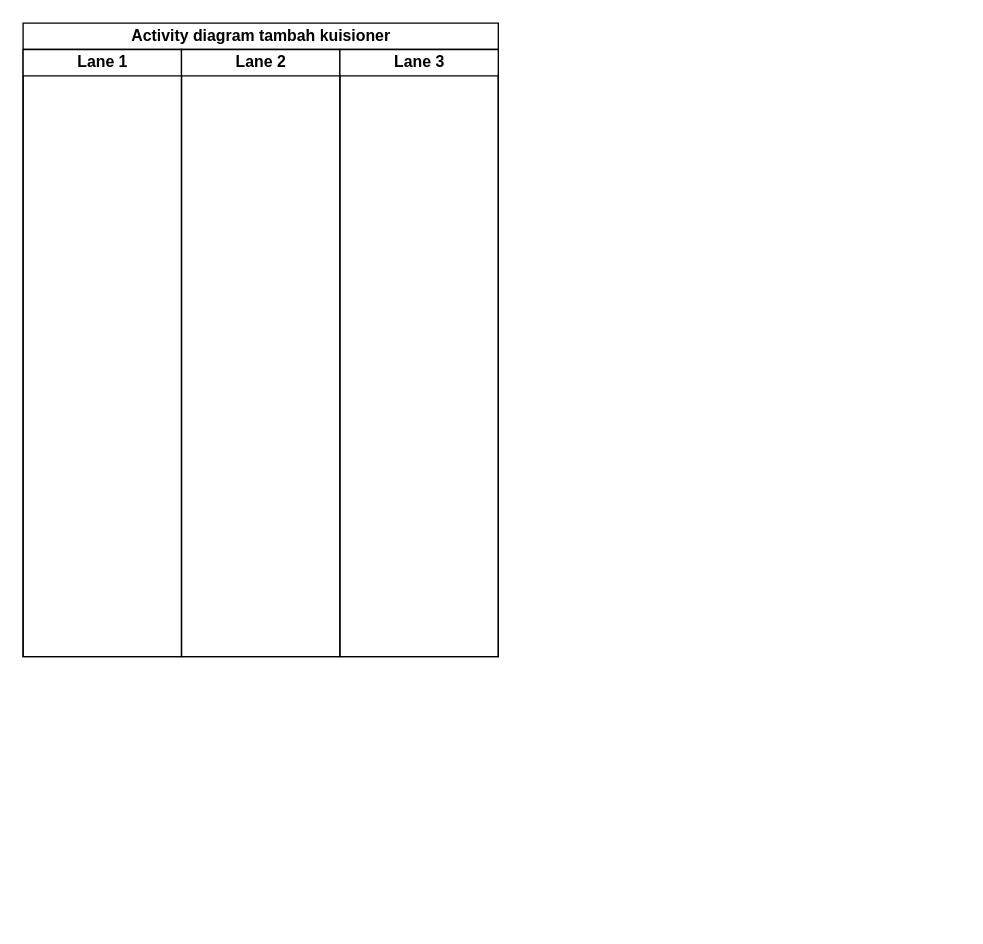
Before: Activity_diagram_tambahKuisioner.drawio in zzarr/Tugas-Akhir, a draw.io diagram. Source tidied: cells renumbered, new cells numbered last; positions are measured from the earlier drawing's top-left corner, leaving out a move shared by most shapes. Both pictures are drawn from the tidied source at 132%, with x=0, y=0 at pixel (22, 22).
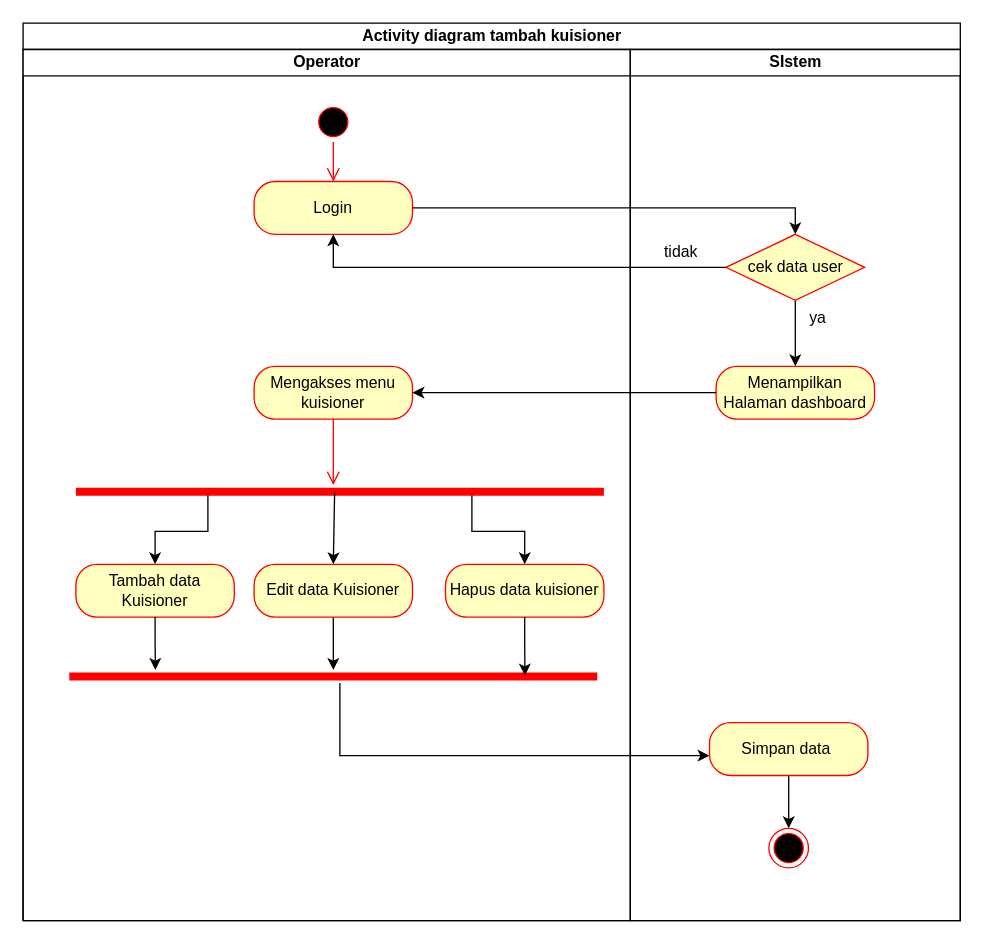
The same diagram, later.

Change to the diagram source:
```diff
@@
     <mxCell id="2" value="Activity diagram tambah kuisioner" style="swimlane;startSize=20;html=1;" parent="1" vertex="1">
-      <mxGeometry width="360" height="480" as="geometry" />
+      <mxGeometry width="710" height="680" as="geometry" />
     </mxCell>
-    <mxCell id="3" value="Lane 1" style="swimlane;startSize=20;html=1;" parent="2" vertex="1">
-      <mxGeometry y="20" width="120" height="460" as="geometry" />
+    <mxCell id="3" value="Operator" style="swimlane;startSize=20;html=1;" parent="2" vertex="1">
+      <mxGeometry y="20" width="460" height="660" as="geometry" />
     </mxCell>
+    <mxCell id="6" style="ellipse;html=1;shape=startState;fillColor=#000000;strokeColor=#ff0000;" parent="3" vertex="1">
+      <mxGeometry x="220" y="40" width="30" height="30" as="geometry" />
+    </mxCell>
+    <mxCell id="7" style="edgeStyle=orthogonalEdgeStyle;html=1;verticalAlign=bottom;endArrow=open;endSize=8;strokeColor=#ff0000;rounded=0;" parent="3" edge="1" source="6">
+      <mxGeometry relative="1" as="geometry">
+        <mxPoint x="235" y="100" as="targetPoint" />
+      </mxGeometry>
+    </mxCell>
+    <mxCell id="8" value="Login" style="rounded=1;whiteSpace=wrap;html=1;arcSize=40;fontColor=#000000;fillColor=#ffffc0;strokeColor=#ff0000;" parent="3" vertex="1">
+      <mxGeometry x="175" y="100" width="120" height="40" as="geometry" />
+    </mxCell>
+    <mxCell id="9" value="Mengakses menu kuisioner" style="rounded=1;whiteSpace=wrap;html=1;arcSize=40;fontColor=#000000;fillColor=#ffffc0;strokeColor=#ff0000;" parent="3" vertex="1">
+      <mxGeometry x="175" y="240" width="120" height="40" as="geometry" />
+    </mxCell>
+    <mxCell id="10" style="edgeStyle=orthogonalEdgeStyle;rounded=0;jettySize=auto;html=1;exitX=0.25;exitY=0.5;exitDx=0;exitDy=0;exitPerimeter=0;entryX=0.5;entryY=0;entryDx=0;entryDy=0;" parent="3" edge="1" source="12" target="14">
+      <mxGeometry relative="1" as="geometry" />
+    </mxCell>
+    <mxCell id="11" style="edgeStyle=orthogonalEdgeStyle;rounded=0;jettySize=auto;html=1;exitX=0.75;exitY=0.5;exitDx=0;exitDy=0;exitPerimeter=0;entryX=0.5;entryY=0;entryDx=0;entryDy=0;" parent="3" edge="1" source="12" target="17">
+      <mxGeometry relative="1" as="geometry" />
+    </mxCell>
+    <mxCell id="12" style="shape=line;html=1;strokeWidth=6;strokeColor=#ff0000;" parent="3" vertex="1">
+      <mxGeometry x="40" y="330" width="400" height="10" as="geometry" />
+    </mxCell>
+    <mxCell id="13" style="edgeStyle=orthogonalEdgeStyle;html=1;verticalAlign=bottom;endArrow=open;endSize=8;strokeColor=#ff0000;rounded=0;" parent="3" edge="1" source="9">
+      <mxGeometry relative="1" as="geometry">
+        <mxPoint x="235" y="330" as="targetPoint" />
+      </mxGeometry>
+    </mxCell>
+    <mxCell id="14" value="Tambah data Kuisioner" style="rounded=1;whiteSpace=wrap;html=1;arcSize=40;fontColor=#000000;fillColor=#ffffc0;strokeColor=#ff0000;" parent="3" vertex="1">
+      <mxGeometry x="40" y="390" width="120" height="40" as="geometry" />
+    </mxCell>
+    <mxCell id="15" style="edgeStyle=orthogonalEdgeStyle;rounded=0;jettySize=auto;html=1;exitX=0.5;exitY=1;exitDx=0;exitDy=0;" parent="3" edge="1" source="16" target="19">
+      <mxGeometry relative="1" as="geometry" />
+    </mxCell>
+    <mxCell id="16" value="Edit data Kuisioner" style="rounded=1;whiteSpace=wrap;html=1;arcSize=40;fontColor=#000000;fillColor=#ffffc0;strokeColor=#ff0000;" parent="3" vertex="1">
+      <mxGeometry x="175" y="390" width="120" height="40" as="geometry" />
+    </mxCell>
+    <mxCell id="17" value="Hapus data kuisioner" style="rounded=1;whiteSpace=wrap;html=1;arcSize=40;fontColor=#000000;fillColor=#ffffc0;strokeColor=#ff0000;" parent="3" vertex="1">
+      <mxGeometry x="320" y="390" width="120" height="40" as="geometry" />
+    </mxCell>
+    <mxCell id="18" style="endArrow=classic;html=1;rounded=0;entryX=0.5;entryY=0;entryDx=0;entryDy=0;exitX=0.49;exitY=0.547;exitDx=0;exitDy=0;exitPerimeter=0;" parent="3" edge="1" source="12" target="16">
+      <mxGeometry relative="1" as="geometry" />
+    </mxCell>
+    <mxCell id="19" style="shape=line;html=1;strokeWidth=6;strokeColor=#ff0000;" parent="3" vertex="1">
+      <mxGeometry x="35" y="470" width="400" height="10" as="geometry" />
+    </mxCell>
+    <mxCell id="20" style="edgeStyle=orthogonalEdgeStyle;rounded=0;jettySize=auto;html=1;exitX=0.5;exitY=1;exitDx=0;exitDy=0;entryX=0.163;entryY=0;entryDx=0;entryDy=0;entryPerimeter=0;" parent="3" edge="1" source="14" target="19">
+      <mxGeometry relative="1" as="geometry" />
+    </mxCell>
+    <mxCell id="21" style="edgeStyle=orthogonalEdgeStyle;rounded=0;jettySize=auto;html=1;exitX=0.5;exitY=1;exitDx=0;exitDy=0;entryX=0.863;entryY=0.429;entryDx=0;entryDy=0;entryPerimeter=0;" parent="3" edge="1" source="17" target="19">
+      <mxGeometry relative="1" as="geometry" />
+    </mxCell>
+    <mxCell id="22" style="edgeStyle=elbowEdgeStyle;rounded=0;orthogonalLoop=1;jettySize=auto;html=1;exitX=0.25;exitY=0.5;exitDx=0;exitDy=0;exitPerimeter=0;elbow=vertical;" parent="3" edge="1">
+      <mxGeometry relative="1" as="geometry">
+        <mxPoint x="240" y="480" as="sourcePoint" />
+        <mxPoint x="520" y="535" as="targetPoint" />
+        <Array as="points">
+          <mxPoint x="445" y="535" />
+        </Array>
+      </mxGeometry>
+    </mxCell>
-    <mxCell id="4" value="Lane 2" style="swimlane;startSize=20;html=1;" parent="2" vertex="1">
-      <mxGeometry x="120" y="20" width="120" height="460" as="geometry" />
+    <mxCell id="4" value="SIstem" style="swimlane;startSize=20;html=1;" parent="2" vertex="1">
+      <mxGeometry x="460" y="20" width="250" height="660" as="geometry" />
     </mxCell>
-    <mxCell id="5" value="Lane 3" style="swimlane;startSize=20;html=1;" parent="2" vertex="1">
-      <mxGeometry x="240" y="20" width="120" height="460" as="geometry" />
-    </mxCell>
+    <mxCell id="23" style="edgeStyle=orthogonalEdgeStyle;rounded=0;jettySize=auto;html=1;exitX=0.5;exitY=1;exitDx=0;exitDy=0;" parent="4" edge="1" source="24">
+      <mxGeometry relative="1" as="geometry">
+        <mxPoint x="125" y="240" as="targetPoint" />
+      </mxGeometry>
+    </mxCell>
+    <mxCell id="24" value="cek data user" style="rhombus;whiteSpace=wrap;html=1;fontColor=#000000;fillColor=#ffffc0;strokeColor=#ff0000;" parent="4" vertex="1">
+      <mxGeometry x="72.5" y="140" width="105" height="50" as="geometry" />
+    </mxCell>
+    <mxCell id="25" value="ya" style="text;strokeColor=none;fillColor=none;spacingLeft=4;spacingRight=4;overflow=hidden;fontSize=12;whiteSpace=wrap;html=1;" parent="4" vertex="1">
+      <mxGeometry x="130" y="190" width="40" height="30" as="geometry" />
+    </mxCell>
+    <mxCell id="26" value="tidak" style="text;strokeColor=none;fillColor=none;spacingLeft=4;spacingRight=4;overflow=hidden;fontSize=12;whiteSpace=wrap;html=1;" parent="4" vertex="1">
+      <mxGeometry x="20" y="140" width="40" height="30" as="geometry" />
+    </mxCell>
+    <mxCell id="27" value="Menampilkan Halaman dashboard" style="rounded=1;whiteSpace=wrap;html=1;arcSize=40;fontColor=#000000;fillColor=#ffffc0;strokeColor=#ff0000;" parent="4" vertex="1">
+      <mxGeometry x="65" y="240" width="120" height="40" as="geometry" />
+    </mxCell>
+    <mxCell id="28" style="edgeStyle=orthogonalEdgeStyle;rounded=0;jettySize=auto;html=1;exitX=0.5;exitY=1;exitDx=0;exitDy=0;entryX=0.5;entryY=0;entryDx=0;entryDy=0;" parent="4" edge="1" source="29" target="30">
+      <mxGeometry relative="1" as="geometry" />
+    </mxCell>
+    <mxCell id="29" value="Simpan data&amp;nbsp;" style="rounded=1;whiteSpace=wrap;html=1;arcSize=40;fontColor=#000000;fillColor=#ffffc0;strokeColor=#ff0000;" parent="4" vertex="1">
+      <mxGeometry x="60" y="510" width="120" height="40" as="geometry" />
+    </mxCell>
+    <mxCell id="30" style="ellipse;html=1;shape=endState;fillColor=#000000;strokeColor=#ff0000;" parent="4" vertex="1">
+      <mxGeometry x="105" y="590" width="30" height="30" as="geometry" />
+    </mxCell>
+    <mxCell id="31" style="edgeStyle=orthogonalEdgeStyle;rounded=0;jettySize=auto;html=1;exitX=1;exitY=0.5;exitDx=0;exitDy=0;entryX=0.5;entryY=0;entryDx=0;entryDy=0;" parent="2" edge="1" source="8" target="24">
+      <mxGeometry relative="1" as="geometry" />
+    </mxCell>
+    <mxCell id="32" style="edgeStyle=orthogonalEdgeStyle;rounded=0;jettySize=auto;html=1;exitX=0;exitY=0.5;exitDx=0;exitDy=0;entryX=0.5;entryY=1;entryDx=0;entryDy=0;" parent="2" edge="1" source="24" target="8">
+      <mxGeometry relative="1" as="geometry" />
+    </mxCell>
+    <mxCell id="33" style="edgeStyle=orthogonalEdgeStyle;rounded=0;jettySize=auto;html=1;exitX=0;exitY=0.5;exitDx=0;exitDy=0;entryX=1;entryY=0.5;entryDx=0;entryDy=0;" parent="2" edge="1" source="27" target="9">
+      <mxGeometry relative="1" as="geometry" />
+    </mxCell>
```
